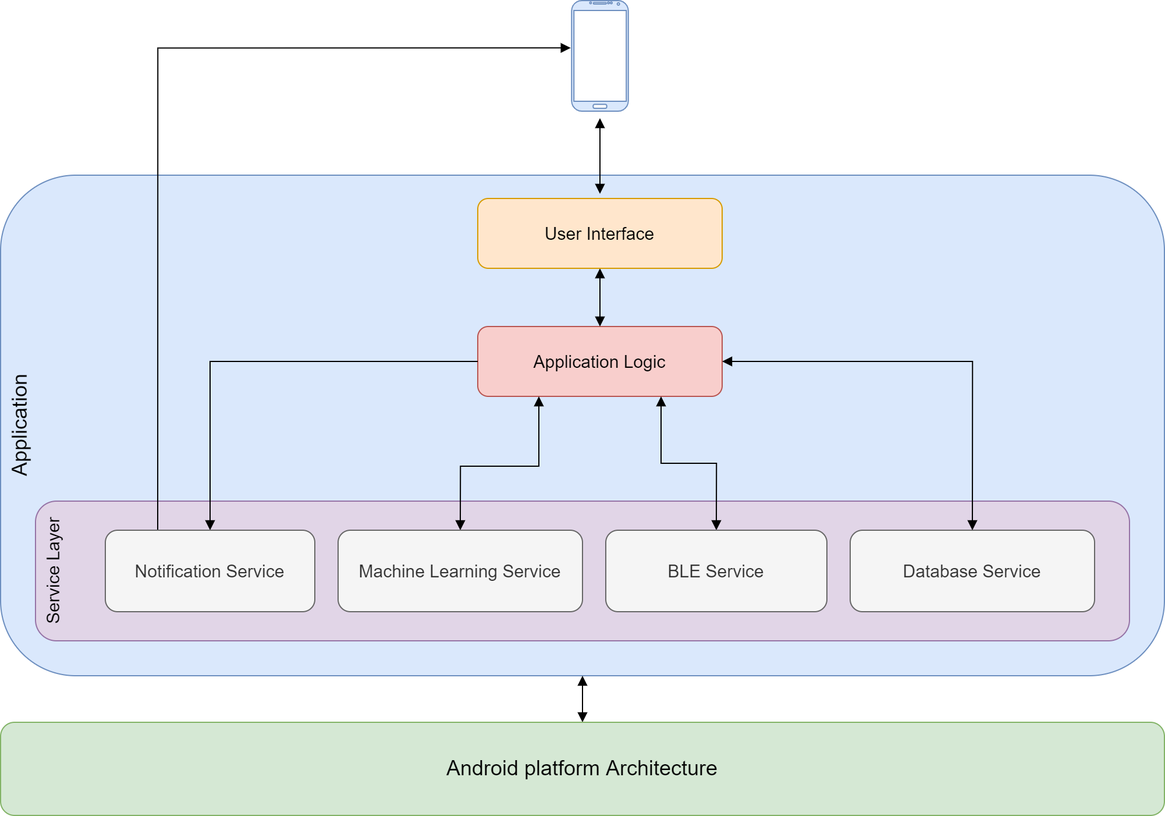
Before: docs/uml/block.png, a diagram exported from draw.io (kavindaperera/nova-shield). Source tidied: cells renumbered, new cells last; positions are measured from the earlier drawing's top-left corner, leaving out a move shared by most shapes. Source of this version:
```xml
<mxGraphModel>
  <root>
    <mxCell id="0" />
    <mxCell id="1" parent="0" />
    <mxCell id="2" value="Application" style="rounded=1;whiteSpace=wrap;html=1;fontSize=18;verticalAlign=top;align=center;horizontal=0;fillColor=#dae8fc;strokeColor=#6c8ebf;fontStyle=0;" parent="1" vertex="1">
      <mxGeometry y="150" width="1000" height="430" as="geometry" />
    </mxCell>
    <mxCell id="3" value="Service Layer" style="rounded=1;whiteSpace=wrap;html=1;fontSize=15;horizontal=0;align=center;verticalAlign=top;fontStyle=0;fillColor=#e1d5e7;strokeColor=#9673a6;" parent="1" vertex="1">
      <mxGeometry x="30" y="430" width="940" height="120" as="geometry" />
    </mxCell>
    <mxCell id="4" style="rounded=0;jumpSize=0;jettySize=auto;html=1;entryX=0.5;entryY=0;entryDx=0;entryDy=0;fontSize=15;startArrow=block;startFill=1;endArrow=block;endFill=1;sourcePerimeterSpacing=6;targetPerimeterSpacing=4;strokeWidth=1;exitX=0.25;exitY=1;exitDx=0;exitDy=0;edgeStyle=orthogonalEdgeStyle;" parent="1" edge="1" source="5" target="8">
      <mxGeometry relative="1" as="geometry">
        <Array as="points">
          <mxPoint x="463" y="400" />
          <mxPoint x="395" y="400" />
        </Array>
      </mxGeometry>
    </mxCell>
    <mxCell id="5" value="&lt;font style=&quot;font-size: 15px&quot;&gt;Application Logic&lt;/font&gt;" style="rounded=1;whiteSpace=wrap;html=1;fillColor=#f8cecc;strokeColor=#b85450;" parent="1" vertex="1">
      <mxGeometry x="410" y="280" width="210" height="60" as="geometry" />
    </mxCell>
    <mxCell id="6" style="edgeStyle=orthogonalEdgeStyle;rounded=0;jumpSize=0;jettySize=auto;html=1;entryX=0.5;entryY=0;entryDx=0;entryDy=0;fontSize=15;startArrow=block;startFill=1;endArrow=block;endFill=1;sourcePerimeterSpacing=6;targetPerimeterSpacing=4;strokeWidth=1;exitX=0.5;exitY=1;exitDx=0;exitDy=0;" parent="1" edge="1" source="7" target="5">
      <mxGeometry relative="1" as="geometry" />
    </mxCell>
    <mxCell id="7" value="&lt;font style=&quot;font-size: 15px&quot;&gt;User Interface&lt;/font&gt;" style="rounded=1;whiteSpace=wrap;html=1;fillColor=#ffe6cc;strokeColor=#d79b00;" parent="1" vertex="1">
      <mxGeometry x="410" y="170" width="210" height="60" as="geometry" />
    </mxCell>
    <mxCell id="8" value="&lt;font style=&quot;font-size: 15px&quot;&gt;Machine Learning Service&lt;/font&gt;" style="rounded=1;whiteSpace=wrap;html=1;fillColor=#f5f5f5;fontColor=#333333;strokeColor=#666666;" parent="1" vertex="1">
      <mxGeometry x="290" y="455" width="210" height="70" as="geometry" />
    </mxCell>
    <mxCell id="9" style="edgeStyle=orthogonalEdgeStyle;rounded=0;jumpSize=0;jettySize=auto;html=1;entryX=1;entryY=0.5;entryDx=0;entryDy=0;fontSize=15;startArrow=block;startFill=1;endArrow=block;endFill=1;sourcePerimeterSpacing=6;targetPerimeterSpacing=4;strokeWidth=1;exitX=0.5;exitY=0;exitDx=0;exitDy=0;" parent="1" edge="1" source="10" target="5">
      <mxGeometry relative="1" as="geometry">
        <Array as="points">
          <mxPoint x="835" y="310" />
        </Array>
      </mxGeometry>
    </mxCell>
    <mxCell id="10" value="&lt;font style=&quot;font-size: 15px&quot;&gt;Database Service&lt;/font&gt;" style="rounded=1;whiteSpace=wrap;html=1;fillColor=#f5f5f5;fontColor=#333333;strokeColor=#666666;" parent="1" vertex="1">
      <mxGeometry x="730" y="455" width="210" height="70" as="geometry" />
    </mxCell>
    <mxCell id="11" style="rounded=0;jumpSize=0;jettySize=auto;html=1;entryX=0;entryY=0.5;entryDx=0;entryDy=0;fontSize=15;startArrow=block;startFill=1;endArrow=none;endFill=0;sourcePerimeterSpacing=6;targetPerimeterSpacing=4;strokeWidth=1;exitX=0.5;exitY=0;exitDx=0;exitDy=0;edgeStyle=orthogonalEdgeStyle;" parent="1" edge="1" source="13" target="5">
      <mxGeometry relative="1" as="geometry">
        <Array as="points">
          <mxPoint x="180" y="310" />
        </Array>
      </mxGeometry>
    </mxCell>
    <mxCell id="12" style="edgeStyle=orthogonalEdgeStyle;rounded=0;jumpSize=0;jettySize=auto;html=1;exitX=0.25;exitY=0;exitDx=0;exitDy=0;entryX=-0.016;entryY=0.428;entryDx=0;entryDy=0;entryPerimeter=0;fontSize=18;startArrow=none;startFill=0;endArrow=block;endFill=1;sourcePerimeterSpacing=6;targetPerimeterSpacing=4;strokeWidth=1;" parent="1" edge="1" source="13" target="15">
      <mxGeometry relative="1" as="geometry" />
    </mxCell>
    <mxCell id="13" value="&lt;font style=&quot;font-size: 15px&quot;&gt;Notification Service&lt;/font&gt;" style="rounded=1;whiteSpace=wrap;html=1;fillColor=#f5f5f5;fontColor=#333333;strokeColor=#666666;" parent="1" vertex="1">
      <mxGeometry x="90" y="455" width="180" height="70" as="geometry" />
    </mxCell>
    <mxCell id="14" style="edgeStyle=none;rounded=0;jumpSize=0;jettySize=auto;html=1;fontSize=15;startArrow=block;startFill=1;endArrow=block;endFill=1;sourcePerimeterSpacing=6;targetPerimeterSpacing=4;strokeWidth=1;" parent="1" edge="1" source="15" target="7">
      <mxGeometry relative="1" as="geometry" />
    </mxCell>
    <mxCell id="15" style="verticalLabelPosition=bottom;verticalAlign=top;html=1;shadow=0;dashed=0;strokeWidth=1;shape=mxgraph.android.phone2;strokeColor=#6c8ebf;rounded=0;fontSize=15;fillColor=#dae8fc;" parent="1" vertex="1">
      <mxGeometry x="490.6" width="48.7" height="95" as="geometry" />
    </mxCell>
    <mxCell id="16" style="edgeStyle=orthogonalEdgeStyle;rounded=0;jumpSize=0;jettySize=auto;html=1;exitX=0.5;exitY=0;exitDx=0;exitDy=0;entryX=0.5;entryY=1;entryDx=0;entryDy=0;fontSize=15;startArrow=block;startFill=1;endArrow=block;endFill=1;sourcePerimeterSpacing=6;targetPerimeterSpacing=4;strokeWidth=1;" parent="1" edge="1" source="17" target="2">
      <mxGeometry relative="1" as="geometry" />
    </mxCell>
    <mxCell id="17" value="Android platform Architecture" style="rounded=1;whiteSpace=wrap;html=1;fontSize=18;horizontal=1;align=center;verticalAlign=middle;fillColor=#d5e8d4;strokeColor=#82b366;fontStyle=0;" parent="1" vertex="1">
      <mxGeometry y="620" width="1000" height="80" as="geometry" />
    </mxCell>
    <mxCell id="18" style="edgeStyle=orthogonalEdgeStyle;rounded=0;jumpSize=0;jettySize=auto;html=1;entryX=0.75;entryY=1;entryDx=0;entryDy=0;fontSize=15;startArrow=block;startFill=1;endArrow=block;endFill=1;sourcePerimeterSpacing=6;targetPerimeterSpacing=4;strokeWidth=1;exitX=0.5;exitY=0;exitDx=0;exitDy=0;" parent="1" edge="1" source="19" target="5">
      <mxGeometry relative="1" as="geometry" />
    </mxCell>
    <mxCell id="19" value="&lt;font style=&quot;font-size: 15px&quot;&gt;BLE Service&lt;/font&gt;" style="rounded=1;whiteSpace=wrap;html=1;fillColor=#f5f5f5;fontColor=#333333;strokeColor=#666666;" parent="1" vertex="1">
      <mxGeometry x="520" y="455" width="190" height="70" as="geometry" />
    </mxCell>
  </root>
</mxGraphModel>
```
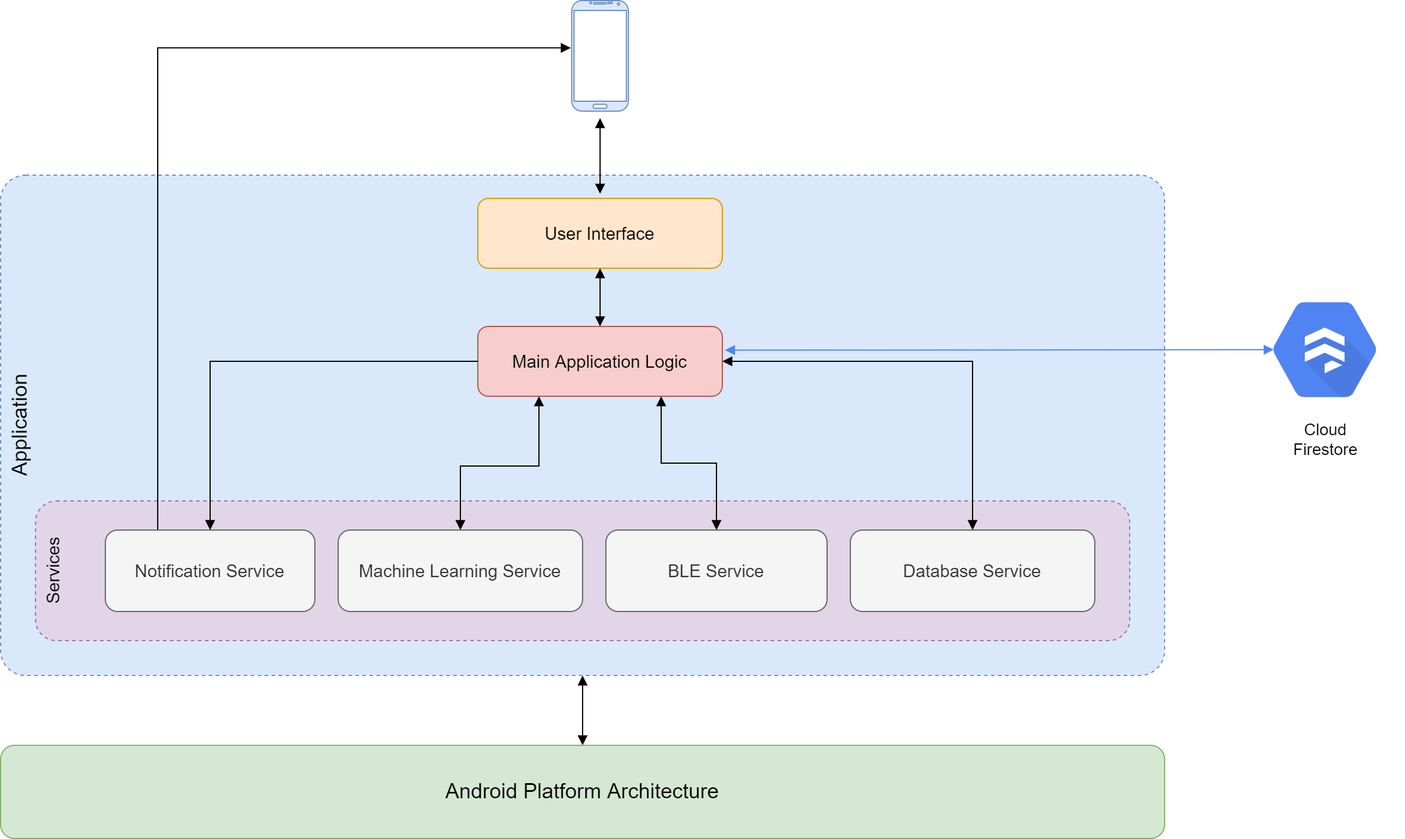
After the change.

Change to the diagram source:
```diff
@@ -2,13 +2,13 @@
   <root>
     <mxCell id="0" />
     <mxCell id="1" parent="0" />
-    <mxCell id="2" value="Application" style="rounded=1;whiteSpace=wrap;html=1;fontSize=18;verticalAlign=top;align=center;horizontal=0;fillColor=#dae8fc;strokeColor=#6c8ebf;fontStyle=0;" parent="1" vertex="1">
+    <mxCell id="2" value="Application" style="rounded=1;whiteSpace=wrap;html=1;fontSize=18;verticalAlign=top;align=center;horizontal=0;fillColor=#dae8fc;strokeColor=#6c8ebf;fontStyle=0;dashed=1;arcSize=5;" parent="1" vertex="1">
       <mxGeometry y="150" width="1000" height="430" as="geometry" />
     </mxCell>
-    <mxCell id="3" value="Service Layer" style="rounded=1;whiteSpace=wrap;html=1;fontSize=15;horizontal=0;align=center;verticalAlign=top;fontStyle=0;fillColor=#e1d5e7;strokeColor=#9673a6;" parent="1" vertex="1">
+    <mxCell id="3" value="Services" style="rounded=1;whiteSpace=wrap;html=1;fontSize=15;horizontal=0;align=center;verticalAlign=top;fontStyle=0;fillColor=#e1d5e7;strokeColor=#9673a6;dashed=1;" parent="1" vertex="1">
       <mxGeometry x="30" y="430" width="940" height="120" as="geometry" />
     </mxCell>
-    <mxCell id="4" style="rounded=0;jumpSize=0;jettySize=auto;html=1;entryX=0.5;entryY=0;entryDx=0;entryDy=0;fontSize=15;startArrow=block;startFill=1;endArrow=block;endFill=1;sourcePerimeterSpacing=6;targetPerimeterSpacing=4;strokeWidth=1;exitX=0.25;exitY=1;exitDx=0;exitDy=0;edgeStyle=orthogonalEdgeStyle;" parent="1" edge="1" source="5" target="8">
+    <mxCell id="4" style="rounded=0;jumpSize=0;jettySize=auto;html=1;entryX=0.5;entryY=0;entryDx=0;entryDy=0;fontSize=15;startArrow=block;startFill=1;endArrow=block;endFill=1;sourcePerimeterSpacing=6;targetPerimeterSpacing=4;strokeWidth=1;exitX=0.25;exitY=1;exitDx=0;exitDy=0;edgeStyle=orthogonalEdgeStyle;" parent="1" edge="1" source="6" target="9">
       <mxGeometry relative="1" as="geometry">
         <Array as="points">
           <mxPoint x="463" y="400" />
@@ -16,58 +16,64 @@
         </Array>
       </mxGeometry>
     </mxCell>
-    <mxCell id="5" value="&lt;font style=&quot;font-size: 15px&quot;&gt;Application Logic&lt;/font&gt;" style="rounded=1;whiteSpace=wrap;html=1;fillColor=#f8cecc;strokeColor=#b85450;" parent="1" vertex="1">
-      <mxGeometry x="410" y="280" width="210" height="60" as="geometry" />
+    <mxCell id="5" style="edgeStyle=orthogonalEdgeStyle;rounded=0;jettySize=auto;html=1;exitX=1.011;exitY=0.339;exitDx=0;exitDy=0;entryX=0.175;entryY=0.5;entryDx=0;entryDy=0;entryPerimeter=0;exitPerimeter=0;startArrow=block;startFill=1;endArrow=block;endFill=1;strokeColor=#5184F3;" parent="1" edge="1" source="6" target="21">
+      <mxGeometry relative="1" as="geometry" />
     </mxCell>
-    <mxCell id="6" style="edgeStyle=orthogonalEdgeStyle;rounded=0;jumpSize=0;jettySize=auto;html=1;entryX=0.5;entryY=0;entryDx=0;entryDy=0;fontSize=15;startArrow=block;startFill=1;endArrow=block;endFill=1;sourcePerimeterSpacing=6;targetPerimeterSpacing=4;strokeWidth=1;exitX=0.5;exitY=1;exitDx=0;exitDy=0;" parent="1" edge="1" source="7" target="5">
-      <mxGeometry relative="1" as="geometry" />
+    <mxCell id="6" value="&lt;font style=&quot;font-size: 15px&quot;&gt;Main Application Logic&lt;/font&gt;" style="rounded=1;whiteSpace=wrap;html=1;fillColor=#f8cecc;strokeColor=#b85450;" parent="1" vertex="1">
+      <mxGeometry x="410" y="280" width="210" height="60" as="geometry" />
     </mxCell>
-    <mxCell id="7" value="&lt;font style=&quot;font-size: 15px&quot;&gt;User Interface&lt;/font&gt;" style="rounded=1;whiteSpace=wrap;html=1;fillColor=#ffe6cc;strokeColor=#d79b00;" parent="1" vertex="1">
-      <mxGeometry x="410" y="170" width="210" height="60" as="geometry" />
+    <mxCell id="7" style="edgeStyle=orthogonalEdgeStyle;rounded=0;jumpSize=0;jettySize=auto;html=1;entryX=0.5;entryY=0;entryDx=0;entryDy=0;fontSize=15;startArrow=block;startFill=1;endArrow=block;endFill=1;sourcePerimeterSpacing=6;targetPerimeterSpacing=4;strokeWidth=1;exitX=0.5;exitY=1;exitDx=0;exitDy=0;" parent="1" edge="1" source="8" target="6">
+      <mxGeometry relative="1" as="geometry" />
     </mxCell>
-    <mxCell id="8" value="&lt;font style=&quot;font-size: 15px&quot;&gt;Machine Learning Service&lt;/font&gt;" style="rounded=1;whiteSpace=wrap;html=1;fillColor=#f5f5f5;fontColor=#333333;strokeColor=#666666;" parent="1" vertex="1">
-      <mxGeometry x="290" y="455" width="210" height="70" as="geometry" />
+    <mxCell id="8" value="&lt;font style=&quot;font-size: 15px&quot;&gt;User Interface&lt;/font&gt;" style="rounded=1;whiteSpace=wrap;html=1;fillColor=#ffe6cc;strokeColor=#d79b00;" parent="1" vertex="1">
+      <mxGeometry x="410" y="170" width="210" height="60" as="geometry" />
     </mxCell>
-    <mxCell id="9" style="edgeStyle=orthogonalEdgeStyle;rounded=0;jumpSize=0;jettySize=auto;html=1;entryX=1;entryY=0.5;entryDx=0;entryDy=0;fontSize=15;startArrow=block;startFill=1;endArrow=block;endFill=1;sourcePerimeterSpacing=6;targetPerimeterSpacing=4;strokeWidth=1;exitX=0.5;exitY=0;exitDx=0;exitDy=0;" parent="1" edge="1" source="10" target="5">
-      <mxGeometry relative="1" as="geometry">
-        <Array as="points">
-          <mxPoint x="835" y="310" />
-        </Array>
-      </mxGeometry>
+    <mxCell id="9" value="&lt;font style=&quot;font-size: 15px&quot;&gt;Machine Learning Service&lt;/font&gt;" style="rounded=1;whiteSpace=wrap;html=1;fillColor=#f5f5f5;fontColor=#333333;strokeColor=#666666;" parent="1" vertex="1">
+      <mxGeometry x="290" y="455" width="210" height="70" as="geometry" />
     </mxCell>
-    <mxCell id="10" value="&lt;font style=&quot;font-size: 15px&quot;&gt;Database Service&lt;/font&gt;" style="rounded=1;whiteSpace=wrap;html=1;fillColor=#f5f5f5;fontColor=#333333;strokeColor=#666666;" parent="1" vertex="1">
-      <mxGeometry x="730" y="455" width="210" height="70" as="geometry" />
+    <mxCell id="10" style="edgeStyle=orthogonalEdgeStyle;rounded=0;jumpSize=0;jettySize=auto;html=1;entryX=1;entryY=0.5;entryDx=0;entryDy=0;fontSize=15;startArrow=block;startFill=1;endArrow=block;endFill=1;sourcePerimeterSpacing=6;targetPerimeterSpacing=4;strokeWidth=1;exitX=0.5;exitY=0;exitDx=0;exitDy=0;" parent="1" edge="1" source="11" target="6">
+      <mxGeometry relative="1" as="geometry">
+        <Array as="points">
+          <mxPoint x="835" y="310" />
+        </Array>
+      </mxGeometry>
     </mxCell>
-    <mxCell id="11" style="rounded=0;jumpSize=0;jettySize=auto;html=1;entryX=0;entryY=0.5;entryDx=0;entryDy=0;fontSize=15;startArrow=block;startFill=1;endArrow=none;endFill=0;sourcePerimeterSpacing=6;targetPerimeterSpacing=4;strokeWidth=1;exitX=0.5;exitY=0;exitDx=0;exitDy=0;edgeStyle=orthogonalEdgeStyle;" parent="1" edge="1" source="13" target="5">
-      <mxGeometry relative="1" as="geometry">
-        <Array as="points">
-          <mxPoint x="180" y="310" />
-        </Array>
-      </mxGeometry>
+    <mxCell id="11" value="&lt;font style=&quot;font-size: 15px&quot;&gt;Database Service&lt;/font&gt;" style="rounded=1;whiteSpace=wrap;html=1;fillColor=#f5f5f5;fontColor=#333333;strokeColor=#666666;" parent="1" vertex="1">
+      <mxGeometry x="730" y="455" width="210" height="70" as="geometry" />
     </mxCell>
-    <mxCell id="12" style="edgeStyle=orthogonalEdgeStyle;rounded=0;jumpSize=0;jettySize=auto;html=1;exitX=0.25;exitY=0;exitDx=0;exitDy=0;entryX=-0.016;entryY=0.428;entryDx=0;entryDy=0;entryPerimeter=0;fontSize=18;startArrow=none;startFill=0;endArrow=block;endFill=1;sourcePerimeterSpacing=6;targetPerimeterSpacing=4;strokeWidth=1;" parent="1" edge="1" source="13" target="15">
-      <mxGeometry relative="1" as="geometry" />
+    <mxCell id="12" style="rounded=0;jumpSize=0;jettySize=auto;html=1;entryX=0;entryY=0.5;entryDx=0;entryDy=0;fontSize=15;startArrow=block;startFill=1;endArrow=none;endFill=0;sourcePerimeterSpacing=6;targetPerimeterSpacing=4;strokeWidth=1;exitX=0.5;exitY=0;exitDx=0;exitDy=0;edgeStyle=orthogonalEdgeStyle;" parent="1" edge="1" source="14" target="6">
+      <mxGeometry relative="1" as="geometry">
+        <Array as="points">
+          <mxPoint x="180" y="310" />
+        </Array>
+      </mxGeometry>
     </mxCell>
-    <mxCell id="13" value="&lt;font style=&quot;font-size: 15px&quot;&gt;Notification Service&lt;/font&gt;" style="rounded=1;whiteSpace=wrap;html=1;fillColor=#f5f5f5;fontColor=#333333;strokeColor=#666666;" parent="1" vertex="1">
-      <mxGeometry x="90" y="455" width="180" height="70" as="geometry" />
+    <mxCell id="13" style="edgeStyle=orthogonalEdgeStyle;rounded=0;jumpSize=0;jettySize=auto;html=1;exitX=0.25;exitY=0;exitDx=0;exitDy=0;entryX=-0.016;entryY=0.428;entryDx=0;entryDy=0;entryPerimeter=0;fontSize=18;startArrow=none;startFill=0;endArrow=block;endFill=1;sourcePerimeterSpacing=6;targetPerimeterSpacing=4;strokeWidth=1;" parent="1" edge="1" source="14" target="16">
+      <mxGeometry relative="1" as="geometry" />
     </mxCell>
-    <mxCell id="14" style="edgeStyle=none;rounded=0;jumpSize=0;jettySize=auto;html=1;fontSize=15;startArrow=block;startFill=1;endArrow=block;endFill=1;sourcePerimeterSpacing=6;targetPerimeterSpacing=4;strokeWidth=1;" parent="1" edge="1" source="15" target="7">
-      <mxGeometry relative="1" as="geometry" />
+    <mxCell id="14" value="&lt;font style=&quot;font-size: 15px&quot;&gt;Notification Service&lt;/font&gt;" style="rounded=1;whiteSpace=wrap;html=1;fillColor=#f5f5f5;fontColor=#333333;strokeColor=#666666;" parent="1" vertex="1">
+      <mxGeometry x="90" y="455" width="180" height="70" as="geometry" />
     </mxCell>
-    <mxCell id="15" style="verticalLabelPosition=bottom;verticalAlign=top;html=1;shadow=0;dashed=0;strokeWidth=1;shape=mxgraph.android.phone2;strokeColor=#6c8ebf;rounded=0;fontSize=15;fillColor=#dae8fc;" parent="1" vertex="1">
-      <mxGeometry x="490.6" width="48.7" height="95" as="geometry" />
+    <mxCell id="15" style="edgeStyle=none;rounded=0;jumpSize=0;jettySize=auto;html=1;fontSize=15;startArrow=block;startFill=1;endArrow=block;endFill=1;sourcePerimeterSpacing=6;targetPerimeterSpacing=4;strokeWidth=1;" parent="1" edge="1" source="16" target="8">
+      <mxGeometry relative="1" as="geometry" />
     </mxCell>
-    <mxCell id="16" style="edgeStyle=orthogonalEdgeStyle;rounded=0;jumpSize=0;jettySize=auto;html=1;exitX=0.5;exitY=0;exitDx=0;exitDy=0;entryX=0.5;entryY=1;entryDx=0;entryDy=0;fontSize=15;startArrow=block;startFill=1;endArrow=block;endFill=1;sourcePerimeterSpacing=6;targetPerimeterSpacing=4;strokeWidth=1;" parent="1" edge="1" source="17" target="2">
-      <mxGeometry relative="1" as="geometry" />
+    <mxCell id="16" style="verticalLabelPosition=bottom;verticalAlign=top;html=1;shadow=0;dashed=0;strokeWidth=1;shape=mxgraph.android.phone2;strokeColor=#6c8ebf;rounded=0;fontSize=15;fillColor=#dae8fc;" parent="1" vertex="1">
+      <mxGeometry x="490.6" width="48.7" height="95" as="geometry" />
     </mxCell>
-    <mxCell id="17" value="Android platform Architecture" style="rounded=1;whiteSpace=wrap;html=1;fontSize=18;horizontal=1;align=center;verticalAlign=middle;fillColor=#d5e8d4;strokeColor=#82b366;fontStyle=0;" parent="1" vertex="1">
-      <mxGeometry y="620" width="1000" height="80" as="geometry" />
+    <mxCell id="17" style="edgeStyle=orthogonalEdgeStyle;rounded=0;jumpSize=0;jettySize=auto;html=1;exitX=0.5;exitY=0;exitDx=0;exitDy=0;entryX=0.5;entryY=1;entryDx=0;entryDy=0;fontSize=15;startArrow=block;startFill=1;endArrow=block;endFill=1;sourcePerimeterSpacing=6;targetPerimeterSpacing=4;strokeWidth=1;" parent="1" edge="1" source="18" target="2">
+      <mxGeometry relative="1" as="geometry" />
     </mxCell>
-    <mxCell id="18" style="edgeStyle=orthogonalEdgeStyle;rounded=0;jumpSize=0;jettySize=auto;html=1;entryX=0.75;entryY=1;entryDx=0;entryDy=0;fontSize=15;startArrow=block;startFill=1;endArrow=block;endFill=1;sourcePerimeterSpacing=6;targetPerimeterSpacing=4;strokeWidth=1;exitX=0.5;exitY=0;exitDx=0;exitDy=0;" parent="1" edge="1" source="19" target="5">
-      <mxGeometry relative="1" as="geometry" />
+    <mxCell id="18" value="Android Platform Architecture" style="rounded=1;whiteSpace=wrap;html=1;fontSize=18;horizontal=1;align=center;verticalAlign=middle;fillColor=#d5e8d4;strokeColor=#82b366;fontStyle=0;" parent="1" vertex="1">
+      <mxGeometry y="640" width="1000" height="80" as="geometry" />
     </mxCell>
-    <mxCell id="19" value="&lt;font style=&quot;font-size: 15px&quot;&gt;BLE Service&lt;/font&gt;" style="rounded=1;whiteSpace=wrap;html=1;fillColor=#f5f5f5;fontColor=#333333;strokeColor=#666666;" parent="1" vertex="1">
-      <mxGeometry x="520" y="455" width="190" height="70" as="geometry" />
+    <mxCell id="19" style="edgeStyle=orthogonalEdgeStyle;rounded=0;jumpSize=0;jettySize=auto;html=1;entryX=0.75;entryY=1;entryDx=0;entryDy=0;fontSize=15;startArrow=block;startFill=1;endArrow=block;endFill=1;sourcePerimeterSpacing=6;targetPerimeterSpacing=4;strokeWidth=1;exitX=0.5;exitY=0;exitDx=0;exitDy=0;" parent="1" edge="1" source="20" target="6">
+      <mxGeometry relative="1" as="geometry" />
     </mxCell>
+    <mxCell id="20" value="&lt;font style=&quot;font-size: 15px&quot;&gt;BLE Service&lt;/font&gt;" style="rounded=1;whiteSpace=wrap;html=1;fillColor=#f5f5f5;fontColor=#333333;strokeColor=#666666;" parent="1" vertex="1">
+      <mxGeometry x="520" y="455" width="190" height="70" as="geometry" />
+    </mxCell>
+    <mxCell id="21" value="&lt;font style=&quot;font-size: 14px ; font-weight: normal&quot; color=&quot;#000000&quot;&gt;Cloud&lt;br&gt;Firestore&lt;/font&gt;" style="sketch=0;html=1;fillColor=#5184F3;strokeColor=none;verticalAlign=top;labelPosition=center;verticalLabelPosition=bottom;align=center;spacingTop=-6;fontSize=11;fontStyle=1;fontColor=#999999;shape=mxgraph.gcp2.hexIcon;prIcon=cloud_firestore;" parent="1" vertex="1">
+      <mxGeometry x="1070" y="240" width="135.4" height="120" as="geometry" />
+    </mxCell>
   </root>
 </mxGraphModel>
```
